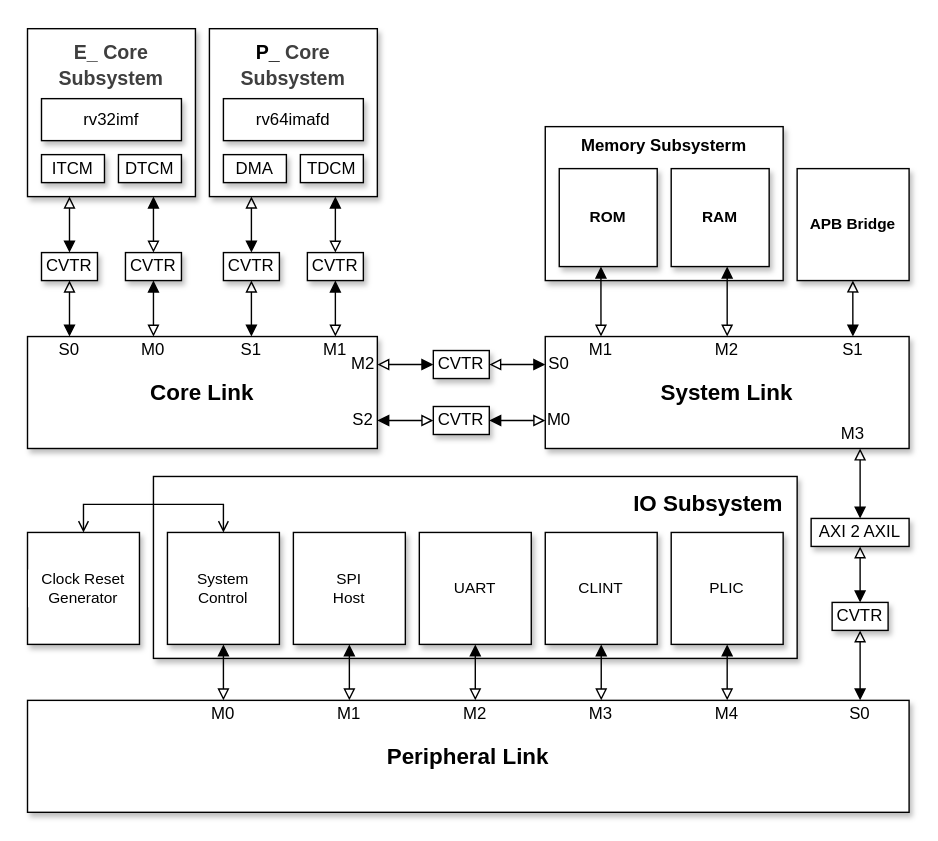
TecknozBD/Hyper-Titan keeps this draw.io diagram as document/svg/detailed_architecture.svg. Above is the earlier version. Source tidied: cells renumbered, new cells last; positions are measured from the earlier drawing's top-left corner, leaving out a move shared by most shapes.
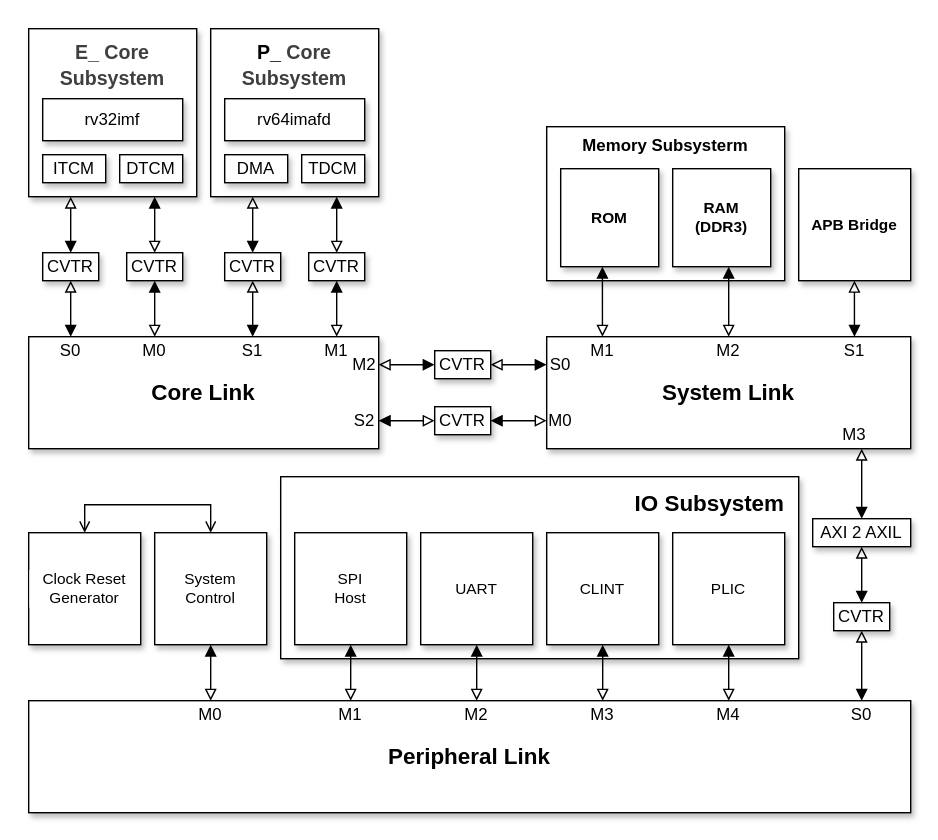
Above is the later version.

Change to the diagram source:
```diff
@@ -7,7 +7,7 @@
     </mxCell>
     <mxCell id="3" value="Main" parent="0" />
     <mxCell id="4" value="IO Subsystem" style="whiteSpace=wrap;html=1;shadow=1;fontStyle=1;verticalAlign=top;fontSize=16;align=right;spacing=0;spacingTop=5;spacingRight=10;" parent="3" vertex="1">
-      <mxGeometry x="110" y="340" width="460" height="130" as="geometry" />
+      <mxGeometry x="200" y="340" width="370" height="130" as="geometry" />
     </mxCell>
     <mxCell id="5" value="Memory Subsysterm" style="whiteSpace=wrap;html=1;fontStyle=1;verticalAlign=top;shadow=1;" parent="3" vertex="1">
       <mxGeometry x="390" y="90" width="170" height="110" as="geometry" />
@@ -45,7 +45,7 @@
         <mxPoint x="50" y="140" as="targetPoint" />
       </mxGeometry>
     </mxCell>
-    <mxCell id="15" value="RAM" style="rounded=0;whiteSpace=wrap;html=1;fontFamily=Helvetica;fontSize=11;fontColor=default;labelBackgroundColor=default;shadow=1;fontStyle=1;" parent="3" vertex="1">
+    <mxCell id="15" value="RAM&lt;div&gt;(DDR3)&lt;/div&gt;" style="rounded=0;whiteSpace=wrap;html=1;fontFamily=Helvetica;fontSize=11;fontColor=default;labelBackgroundColor=default;shadow=1;fontStyle=1;" parent="3" vertex="1">
       <mxGeometry x="480" y="120" width="70" height="70" as="geometry" />
     </mxCell>
     <mxCell id="16" style="edgeStyle=orthogonalEdgeStyle;rounded=0;jettySize=auto;html=1;endArrow=block;endFill=0;startArrow=block;startFill=1;" parent="3" edge="1" source="15" target="12">
@@ -144,21 +144,21 @@
     <mxCell id="36" style="edgeStyle=orthogonalEdgeStyle;rounded=0;jettySize=auto;html=1;entryX=0.5;entryY=0;entryDx=0;entryDy=0;endArrow=open;endFill=0;startArrow=open;startFill=0;" parent="3" edge="1" source="37" target="25">
       <mxGeometry relative="1" as="geometry">
         <Array as="points">
-          <mxPoint x="160" y="360" />
+          <mxPoint x="150" y="360" />
           <mxPoint x="60" y="360" />
         </Array>
       </mxGeometry>
     </mxCell>
     <mxCell id="37" value="System&lt;div&gt;Control&lt;/div&gt;" style="rounded=0;whiteSpace=wrap;html=1;fontFamily=Helvetica;fontSize=11;fontColor=default;labelBackgroundColor=default;shadow=1;" parent="3" vertex="1">
-      <mxGeometry x="120" y="380" width="80" height="80" as="geometry" />
+      <mxGeometry x="110" y="380" width="80" height="80" as="geometry" />
     </mxCell>
     <mxCell id="38" style="edgeStyle=orthogonalEdgeStyle;rounded=0;orthogonalLoop=1;jettySize=auto;html=1;endArrow=block;endFill=0;startArrow=block;startFill=1;" parent="3" edge="1">
       <mxGeometry relative="1" as="geometry">
-        <mxPoint x="160" y="460" as="sourcePoint" />
-        <mxPoint x="160" y="500" as="targetPoint" />
+        <mxPoint x="150" y="460" as="sourcePoint" />
+        <mxPoint x="150" y="500" as="targetPoint" />
         <Array as="points">
-          <mxPoint x="160" y="470" />
-          <mxPoint x="160" y="470" />
+          <mxPoint x="150" y="470" />
+          <mxPoint x="150" y="470" />
         </Array>
       </mxGeometry>
     </mxCell>
@@ -273,7 +273,7 @@
       <mxGeometry x="605" y="500" width="20" height="20" as="geometry" />
     </mxCell>
     <mxCell id="65" value="M0" style="text;html=1;whiteSpace=wrap;strokeColor=none;fillColor=none;align=center;verticalAlign=middle;rounded=0;" parent="3" vertex="1">
-      <mxGeometry x="150" y="500" width="20" height="20" as="geometry" />
+      <mxGeometry x="140" y="500" width="20" height="20" as="geometry" />
     </mxCell>
     <mxCell id="66" value="M1" style="text;html=1;whiteSpace=wrap;strokeColor=none;fillColor=none;align=center;verticalAlign=middle;rounded=0;" parent="3" vertex="1">
       <mxGeometry x="240" y="500" width="20" height="20" as="geometry" />
```
